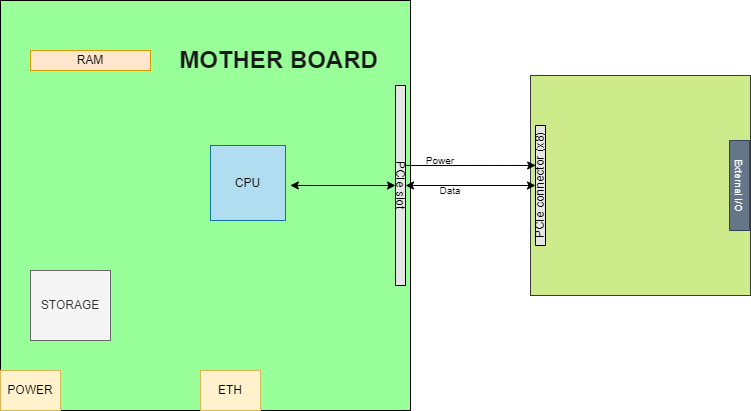
Above: Motherboard Integration.drawio.png in belanasaikiran/FlowCharts (draw.io), before the change. Source tidied: cells renumbered, new cells last; positions are measured from the earlier drawing's top-left corner, leaving out a move shared by most shapes.
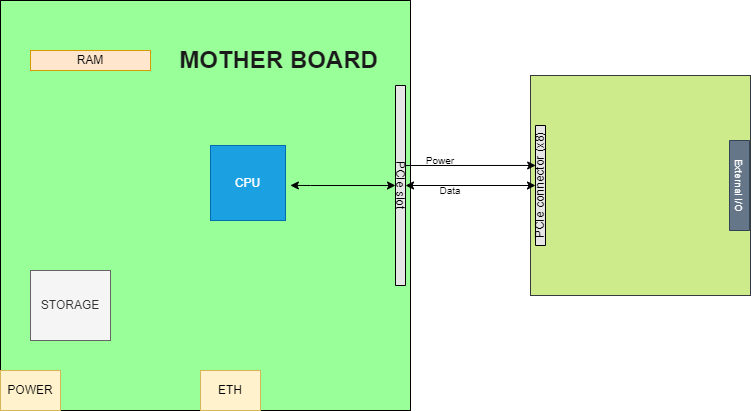
The same diagram one commit later.

Diff of the diagram source:
```diff
@@ -5,7 +5,7 @@
     <mxCell id="2" style="whiteSpace=wrap;html=1;fillColor=#99FF99;" parent="1" vertex="1">
       <mxGeometry width="410" height="410" as="geometry" />
     </mxCell>
-    <mxCell id="3" value="CPU" style="whiteSpace=wrap;html=1;fillColor=#b1ddf0;strokeColor=#10739e;" parent="1" vertex="1">
+    <mxCell id="3" value="CPU" style="whiteSpace=wrap;html=1;fillColor=#1ba1e2;strokeColor=#006EAF;fontColor=#ffffff;" parent="1" vertex="1">
       <mxGeometry x="210" y="145" width="75" height="75" as="geometry" />
     </mxCell>
     <mxCell id="4" value="PCIe slot" style="rounded=0;whiteSpace=wrap;html=1;fillColor=#E6E6E6;direction=west;rotation=90;" parent="1" vertex="1">
```
